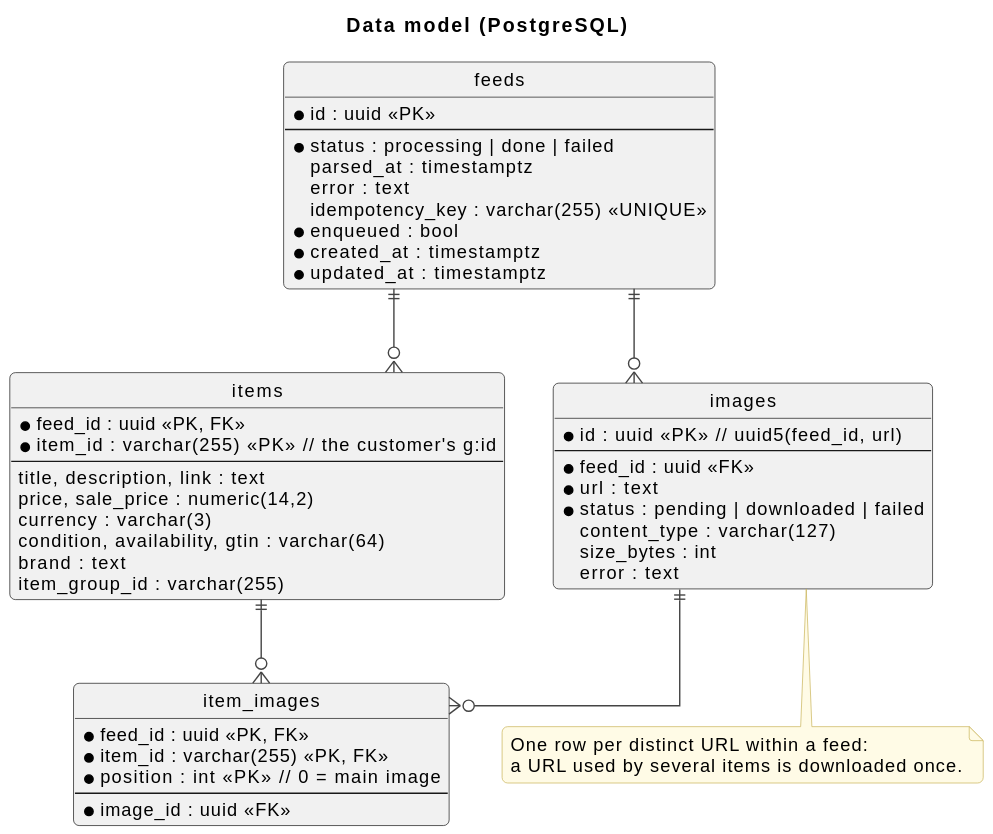
The PlantUML diagram docs/diagrams/data-model.svg in Majny/item-feed-service, before a commit. Its diagram source:
```plantuml
@startuml
!include _style.iuml
title Data model (PostgreSQL)
hide circle
skinparam linetype ortho

entity feeds {
  * id : uuid <<PK>>
  --
  * status : processing | done | failed
  parsed_at : timestamptz
  error : text
  idempotency_key : varchar(255) <<UNIQUE>>
  * enqueued : bool
  * created_at : timestamptz
  * updated_at : timestamptz
}

entity items {
  * feed_id : uuid <<PK, FK>>
  * item_id : varchar(255) <<PK>>  // the customer's g:id
  --
  title, description, link : text
  price, sale_price : numeric(14,2)
  currency : varchar(3)
  condition, availability, gtin : varchar(64)
  brand : text
  item_group_id : varchar(255)
}

entity images {
  * id : uuid <<PK>>  // uuid5(feed_id, url)
  --
  * feed_id : uuid <<FK>>
  * url : text
  * status : pending | downloaded | failed
  content_type : varchar(127)
  size_bytes : int
  error : text
}

entity item_images {
  * feed_id : uuid <<PK, FK>>
  * item_id : varchar(255) <<PK, FK>>
  * position : int <<PK>>  // 0 = main image
  --
  * image_id : uuid <<FK>>
}

feeds ||--o{ items
feeds ||--o{ images
items ||--o{ item_images
images ||--o{ item_images

note bottom of images
  One row per distinct URL within a feed:
  a URL used by several items is downloaded once.
end note
@enduml
```
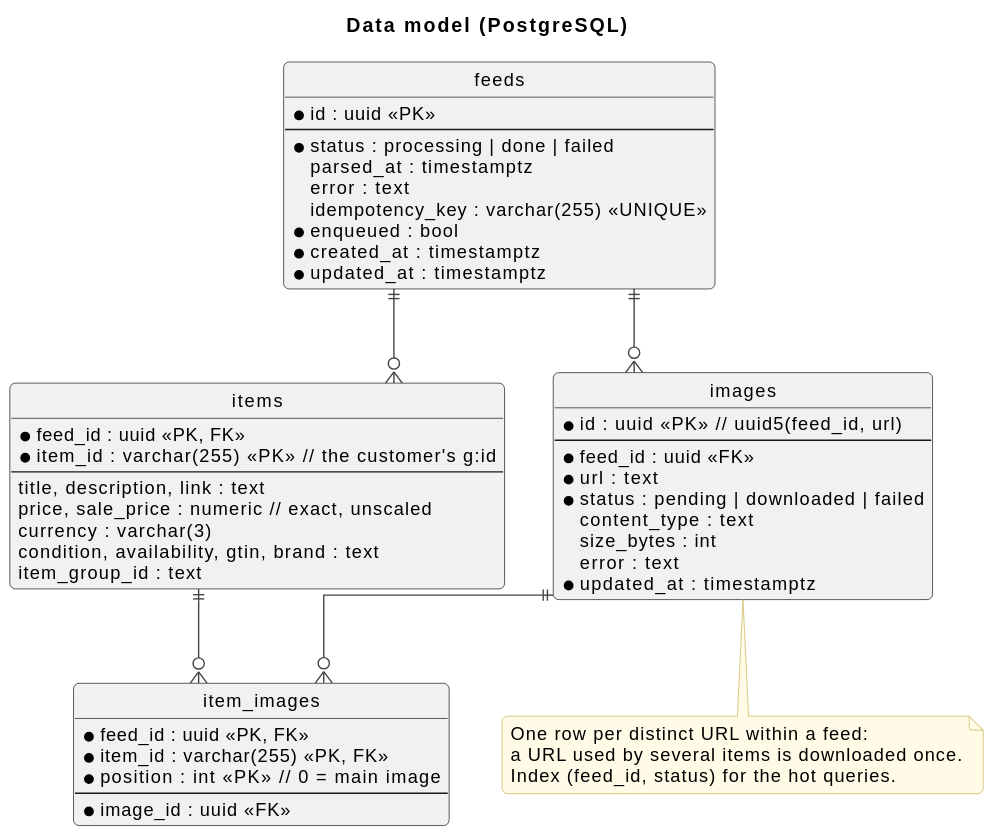
After the change.

What changed in the source:
```diff
@@ -21,11 +21,10 @@
   * item_id : varchar(255) <<PK>>  // the customer's g:id
   --
   title, description, link : text
-  price, sale_price : numeric(14,2)
+  price, sale_price : numeric  // exact, unscaled
   currency : varchar(3)
-  condition, availability, gtin : varchar(64)
-  brand : text
-  item_group_id : varchar(255)
+  condition, availability, gtin, brand : text
+  item_group_id : text
 }
 
 entity images {
@@ -34,9 +33,10 @@
   * feed_id : uuid <<FK>>
   * url : text
   * status : pending | downloaded | failed
-  content_type : varchar(127)
+  content_type : text
   size_bytes : int
   error : text
+  * updated_at : timestamptz
 }
 
 entity item_images {
@@ -55,5 +55,6 @@
 note bottom of images
   One row per distinct URL within a feed:
   a URL used by several items is downloaded once.
+  Index (feed_id, status) for the hot queries.
 end note
 @enduml
```
